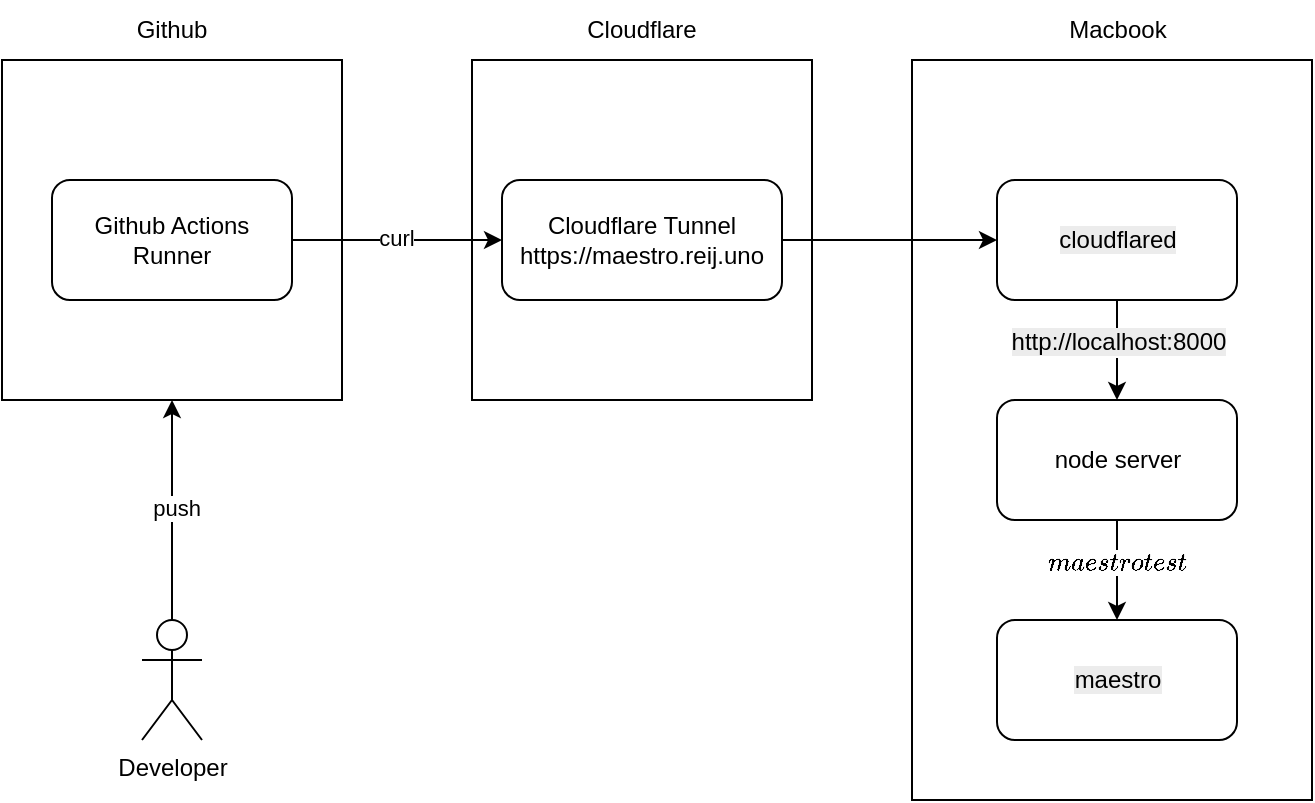
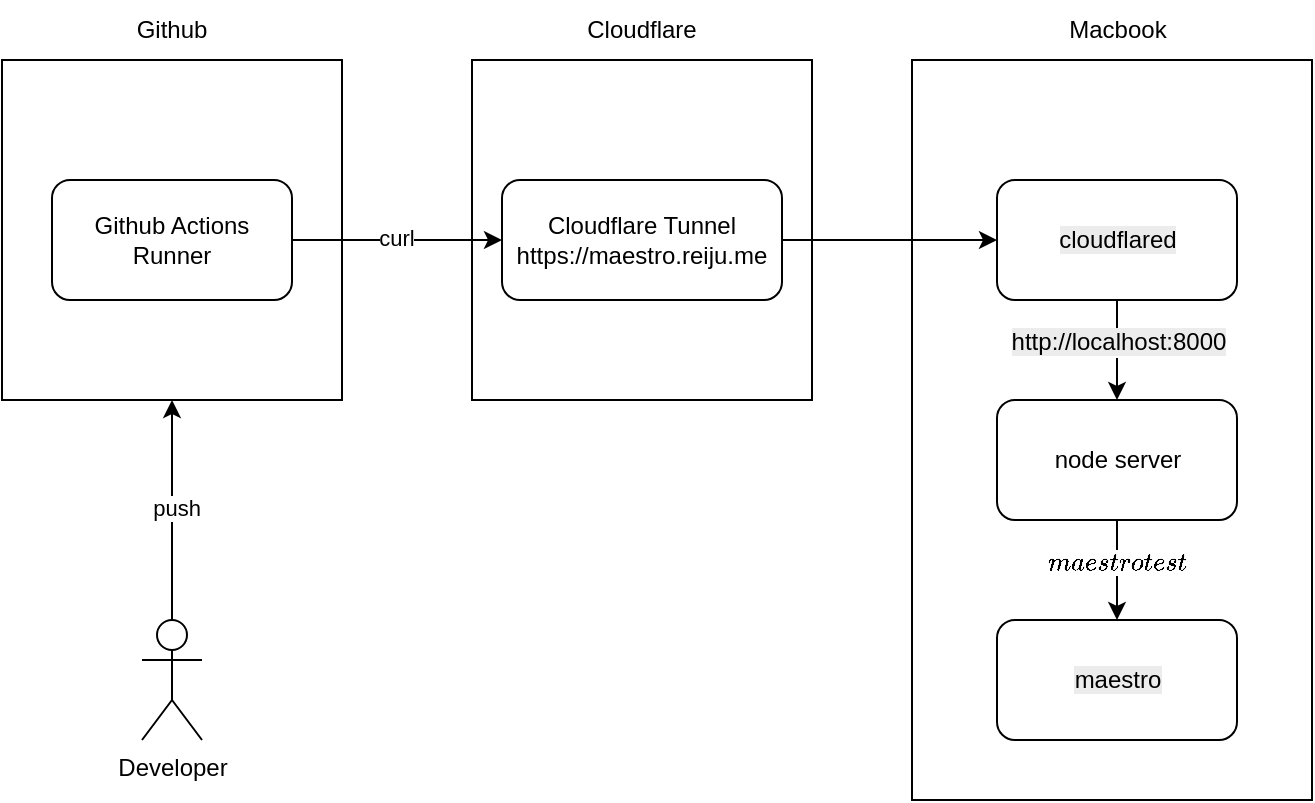
<mxfile host="Electron" agent="Mozilla/5.0 (Macintosh; Intel Mac OS X 10_15_7) AppleWebKit/537.36 (KHTML, like Gecko) draw.io/29.0.3 Chrome/140.0.7339.249 Electron/38.7.0 Safari/537.36" version="29.0.3">
  <diagram name="ページ1" id="7y1qnJbT1A1j2maGupT8">
    <mxGraphModel dx="1018" dy="781" grid="1" gridSize="10" guides="1" tooltips="1" connect="1" arrows="1" fold="1" page="1" pageScale="1" pageWidth="827" pageHeight="1169" math="0" shadow="0">
      <root>
        <mxCell id="0" />
        <mxCell id="1" parent="0" />
        <mxCell id="6Vv5LN7ZE3HHldZXQKLy-27" value="" style="rounded=0;whiteSpace=wrap;html=1;" parent="1" vertex="1">
          <mxGeometry x="500" y="190" width="200" height="370" as="geometry" />
        </mxCell>
        <mxCell id="6Vv5LN7ZE3HHldZXQKLy-40" style="edgeStyle=orthogonalEdgeStyle;rounded=0;orthogonalLoop=1;jettySize=auto;html=1;entryX=0.5;entryY=0;entryDx=0;entryDy=0;" parent="1" source="6Vv5LN7ZE3HHldZXQKLy-4" target="6Vv5LN7ZE3HHldZXQKLy-6" edge="1">
          <mxGeometry relative="1" as="geometry" />
        </mxCell>
        <mxCell id="6Vv5LN7ZE3HHldZXQKLy-41" value="`maestro test`" style="edgeLabel;html=1;align=center;verticalAlign=middle;resizable=0;points=[];" parent="6Vv5LN7ZE3HHldZXQKLy-40" vertex="1" connectable="0">
          <mxGeometry x="-0.165" relative="1" as="geometry">
            <mxPoint x="-1" as="offset" />
          </mxGeometry>
        </mxCell>
        <mxCell id="6Vv5LN7ZE3HHldZXQKLy-4" value="node server" style="rounded=1;whiteSpace=wrap;html=1;" parent="1" vertex="1">
          <mxGeometry x="542.5" y="360" width="120" height="60" as="geometry" />
        </mxCell>
        <mxCell id="6Vv5LN7ZE3HHldZXQKLy-5" value="Macbook" style="text;html=1;whiteSpace=wrap;strokeColor=none;fillColor=none;align=center;verticalAlign=middle;rounded=0;" parent="1" vertex="1">
          <mxGeometry x="572.5" y="160" width="60" height="30" as="geometry" />
        </mxCell>
        <mxCell id="6Vv5LN7ZE3HHldZXQKLy-6" value="&lt;span style=&quot;color: rgb(0, 0, 0); font-family: Helvetica; font-size: 12px; font-style: normal; font-variant-ligatures: normal; font-variant-caps: normal; font-weight: 400; letter-spacing: normal; orphans: 2; text-align: center; text-indent: 0px; text-transform: none; widows: 2; word-spacing: 0px; -webkit-text-stroke-width: 0px; white-space: normal; background-color: rgb(236, 236, 236); text-decoration-thickness: initial; text-decoration-style: initial; text-decoration-color: initial; display: inline !important; float: none;&quot;&gt;maestro&lt;/span&gt;" style="rounded=1;whiteSpace=wrap;html=1;" parent="1" vertex="1">
          <mxGeometry x="542.5" y="470" width="120" height="60" as="geometry" />
        </mxCell>
        <mxCell id="6Vv5LN7ZE3HHldZXQKLy-14" style="edgeStyle=orthogonalEdgeStyle;rounded=0;orthogonalLoop=1;jettySize=auto;html=1;entryX=0.5;entryY=1;entryDx=0;entryDy=0;" parent="1" source="6Vv5LN7ZE3HHldZXQKLy-10" target="6Vv5LN7ZE3HHldZXQKLy-18" edge="1">
          <mxGeometry relative="1" as="geometry">
            <Array as="points" />
          </mxGeometry>
        </mxCell>
        <mxCell id="6Vv5LN7ZE3HHldZXQKLy-17" value="push" style="edgeLabel;html=1;align=center;verticalAlign=middle;resizable=0;points=[];" parent="6Vv5LN7ZE3HHldZXQKLy-14" vertex="1" connectable="0">
          <mxGeometry x="0.0157" y="-2" relative="1" as="geometry">
            <mxPoint as="offset" />
          </mxGeometry>
        </mxCell>
        <mxCell id="6Vv5LN7ZE3HHldZXQKLy-10" value="Developer" style="shape=umlActor;verticalLabelPosition=bottom;verticalAlign=top;html=1;outlineConnect=0;" parent="1" vertex="1">
          <mxGeometry x="115" y="470" width="30" height="60" as="geometry" />
        </mxCell>
        <mxCell id="6Vv5LN7ZE3HHldZXQKLy-18" value="" style="whiteSpace=wrap;html=1;aspect=fixed;" parent="1" vertex="1">
          <mxGeometry x="45" y="190" width="170" height="170" as="geometry" />
        </mxCell>
        <mxCell id="6Vv5LN7ZE3HHldZXQKLy-2" value="Github Actions Runner" style="rounded=1;whiteSpace=wrap;html=1;" parent="1" vertex="1">
          <mxGeometry x="70" y="250" width="120" height="60" as="geometry" />
        </mxCell>
        <mxCell id="6Vv5LN7ZE3HHldZXQKLy-19" value="Github" style="text;html=1;whiteSpace=wrap;strokeColor=none;fillColor=none;align=center;verticalAlign=middle;rounded=0;" parent="1" vertex="1">
          <mxGeometry x="100" y="160" width="60" height="30" as="geometry" />
        </mxCell>
        <mxCell id="6Vv5LN7ZE3HHldZXQKLy-20" value="" style="whiteSpace=wrap;html=1;aspect=fixed;" parent="1" vertex="1">
          <mxGeometry x="280" y="190" width="170" height="170" as="geometry" />
        </mxCell>
        <mxCell id="6Vv5LN7ZE3HHldZXQKLy-36" value="" style="edgeStyle=orthogonalEdgeStyle;rounded=0;orthogonalLoop=1;jettySize=auto;html=1;" parent="1" source="6Vv5LN7ZE3HHldZXQKLy-3" target="6Vv5LN7ZE3HHldZXQKLy-30" edge="1">
          <mxGeometry relative="1" as="geometry" />
        </mxCell>
-         <mxCell id="6Vv5LN7ZE3HHldZXQKLy-3" value="Cloudflare Tunnel&lt;div&gt;https://maestro.reij.uno&lt;/div&gt;" style="rounded=1;whiteSpace=wrap;html=1;" parent="1" vertex="1">
+         <mxCell id="6Vv5LN7ZE3HHldZXQKLy-3" value="Cloudflare Tunnel&lt;div&gt;https://maestro.reiju.me&lt;/div&gt;" style="rounded=1;whiteSpace=wrap;html=1;" parent="1" vertex="1">
          <mxGeometry x="295" y="250" width="140" height="60" as="geometry" />
        </mxCell>
        <mxCell id="6Vv5LN7ZE3HHldZXQKLy-7" style="edgeStyle=orthogonalEdgeStyle;rounded=0;orthogonalLoop=1;jettySize=auto;html=1;entryX=0;entryY=0.5;entryDx=0;entryDy=0;" parent="1" source="6Vv5LN7ZE3HHldZXQKLy-2" target="6Vv5LN7ZE3HHldZXQKLy-3" edge="1">
          <mxGeometry relative="1" as="geometry" />
        </mxCell>
        <mxCell id="6Vv5LN7ZE3HHldZXQKLy-42" value="curl" style="edgeLabel;html=1;align=center;verticalAlign=middle;resizable=0;points=[];" parent="6Vv5LN7ZE3HHldZXQKLy-7" vertex="1" connectable="0">
          <mxGeometry x="-0.0095" y="1" relative="1" as="geometry">
            <mxPoint as="offset" />
          </mxGeometry>
        </mxCell>
        <mxCell id="6Vv5LN7ZE3HHldZXQKLy-23" value="Cloudflare" style="text;html=1;whiteSpace=wrap;strokeColor=none;fillColor=none;align=center;verticalAlign=middle;rounded=0;" parent="1" vertex="1">
          <mxGeometry x="335" y="160" width="60" height="30" as="geometry" />
        </mxCell>
        <mxCell id="6Vv5LN7ZE3HHldZXQKLy-37" style="edgeStyle=orthogonalEdgeStyle;rounded=0;orthogonalLoop=1;jettySize=auto;html=1;" parent="1" source="6Vv5LN7ZE3HHldZXQKLy-30" target="6Vv5LN7ZE3HHldZXQKLy-4" edge="1">
          <mxGeometry relative="1" as="geometry" />
        </mxCell>
        <mxCell id="6Vv5LN7ZE3HHldZXQKLy-39" value="&lt;span style=&quot;font-size: 12px; text-wrap-mode: wrap; background-color: rgb(236, 236, 236);&quot;&gt;http://localhost:8000&lt;/span&gt;" style="edgeLabel;html=1;align=center;verticalAlign=middle;resizable=0;points=[];" parent="6Vv5LN7ZE3HHldZXQKLy-37" vertex="1" connectable="0">
          <mxGeometry x="-0.1867" relative="1" as="geometry">
            <mxPoint as="offset" />
          </mxGeometry>
        </mxCell>
        <mxCell id="6Vv5LN7ZE3HHldZXQKLy-30" value="&lt;meta charset=&quot;utf-8&quot;&gt;&lt;span style=&quot;color: rgb(0, 0, 0); font-family: Helvetica; font-size: 12px; font-style: normal; font-variant-ligatures: normal; font-variant-caps: normal; font-weight: 400; letter-spacing: normal; orphans: 2; text-align: center; text-indent: 0px; text-transform: none; widows: 2; word-spacing: 0px; -webkit-text-stroke-width: 0px; white-space: normal; background-color: rgb(236, 236, 236); text-decoration-thickness: initial; text-decoration-style: initial; text-decoration-color: initial; display: inline !important; float: none;&quot;&gt;cloudflared&lt;/span&gt;" style="rounded=1;whiteSpace=wrap;html=1;" parent="1" vertex="1">
          <mxGeometry x="542.5" y="250" width="120" height="60" as="geometry" />
        </mxCell>
      </root>
    </mxGraphModel>
  </diagram>
</mxfile>
